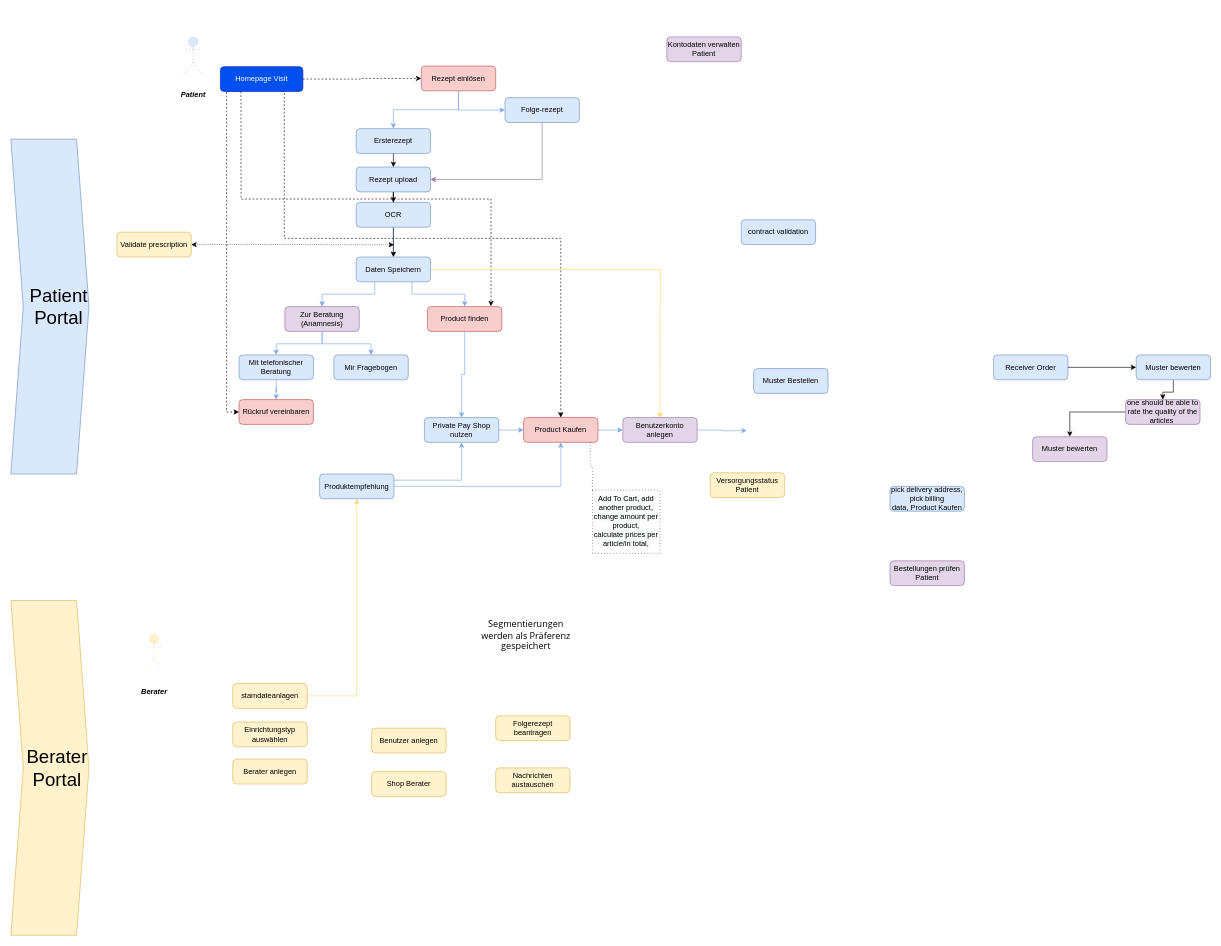
This is page "Overview" (1 of 6) of Untitled Diagram.drawio from Fredabb/MediMark-roadmap, a draw.io file, before an edit. Source tidied: cells renumbered, new cells numbered last; positions are measured from the earlier drawing's top-left corner, leaving out a move shared by most shapes. Both pictures are drawn from the tidied source at 62%, with x=0, y=0 at pixel (11, 37).
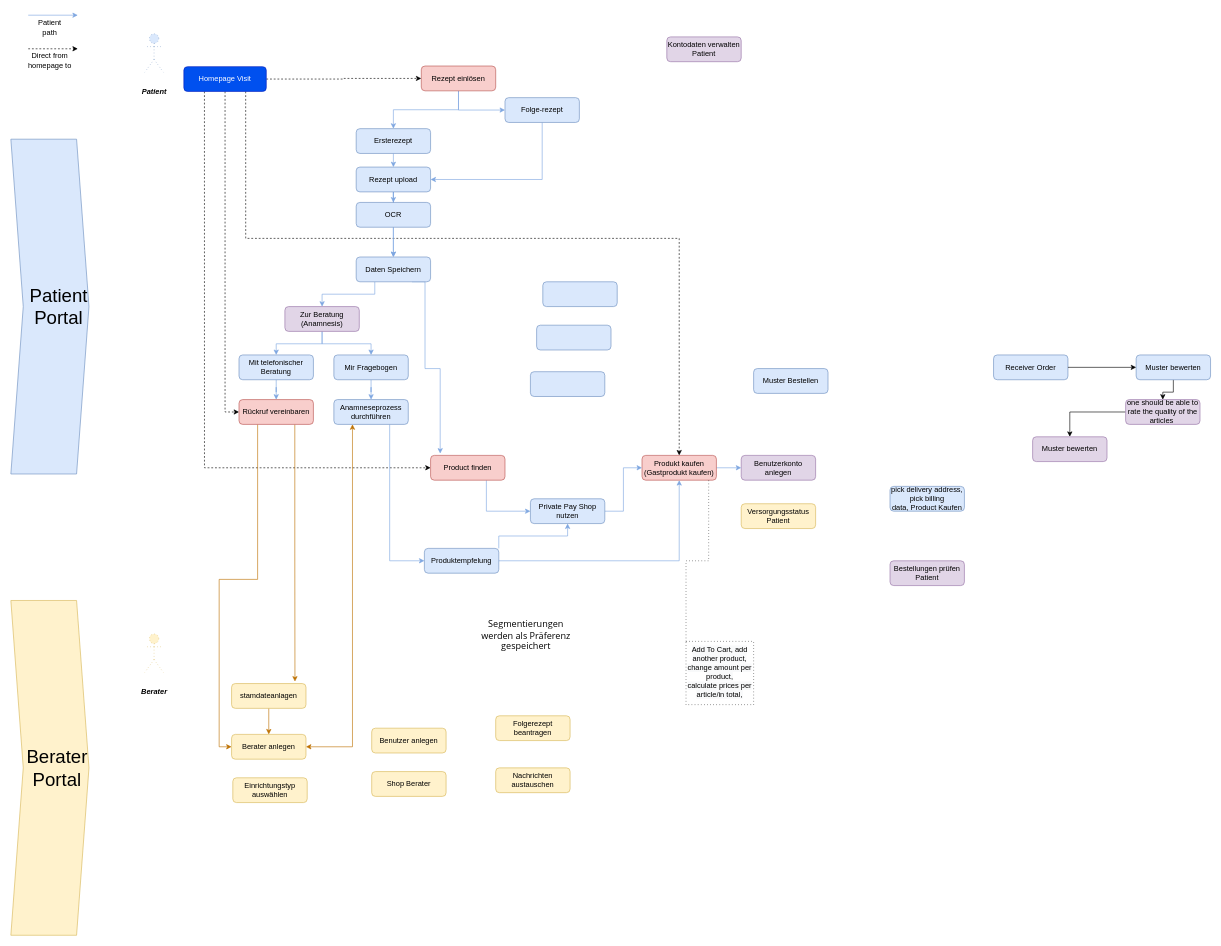
The same page after the edit.

The change refers to these unchanged cells:
```xml
<mxCell id="11" value="Folge-rezept" style="rounded=1;whiteSpace=wrap;html=1;fontSize=12;glass=0;strokeWidth=1;shadow=0;fillColor=#dae8fc;strokeColor=#6c8ebf;" parent="1" vertex="1">
  <mxGeometry x="797" y="98" width="120" height="40" as="geometry" />
</mxCell>
<mxCell id="12" value="Mir Fragebogen" style="rounded=1;whiteSpace=wrap;html=1;fontSize=12;glass=0;strokeWidth=1;shadow=0;fillColor=#dae8fc;strokeColor=#6c8ebf;" parent="1" vertex="1">
  <mxGeometry x="521" y="513" width="120" height="40" as="geometry" />
</mxCell>
<mxCell id="16" value="Ersterezept" style="rounded=1;whiteSpace=wrap;html=1;fontSize=12;glass=0;strokeWidth=1;shadow=0;fillColor=#dae8fc;strokeColor=#6c8ebf;" parent="1" vertex="1">
  <mxGeometry x="557" y="148" width="120" height="40" as="geometry" />
</mxCell>
<mxCell id="21" value="OCR" style="rounded=1;whiteSpace=wrap;html=1;fontSize=12;glass=0;strokeWidth=1;shadow=0;fillColor=#dae8fc;strokeColor=#6c8ebf;" parent="1" vertex="1">
  <mxGeometry x="557" y="267" width="120" height="40" as="geometry" />
</mxCell>
<mxCell id="25" value="Daten Speichern" style="rounded=1;whiteSpace=wrap;html=1;fontSize=12;glass=0;strokeWidth=1;shadow=0;fillColor=#dae8fc;strokeColor=#6c8ebf;" parent="1" vertex="1">
  <mxGeometry x="557" y="355" width="120" height="40" as="geometry" />
</mxCell>
<mxCell id="42" value="Rückruf vereinbaren" style="rounded=1;whiteSpace=wrap;html=1;fillColor=#f8cecc;strokeColor=#b85450;" parent="1" vertex="1">
  <mxGeometry x="368" y="585" width="120" height="40" as="geometry" />
</mxCell>
```

What changed in the source:
```diff
@@
-    <mxCell id="4" style="edgeStyle=orthogonalEdgeStyle;rounded=0;jettySize=auto;html=1;exitX=0.25;exitY=1;exitDx=0;exitDy=0;entryX=0;entryY=0.5;entryDx=0;entryDy=0;startArrow=none;startFill=0;strokeColor=#000000;dashed=1;" parent="1" edge="1" source="6" target="42">
-      <mxGeometry relative="1" as="geometry">
-        <Array as="points">
-          <mxPoint x="348" y="88" />
-          <mxPoint x="348" y="605" />
-        </Array>
-      </mxGeometry>
+    <mxCell id="4" style="edgeStyle=orthogonalEdgeStyle;rounded=0;jettySize=auto;html=1;exitX=0.5;exitY=1;exitDx=0;exitDy=0;entryX=0;entryY=0.5;entryDx=0;entryDy=0;dashed=1;startArrow=none;startFill=0;strokeColor=#000000;" parent="1" edge="1" source="6" target="42">
+      <mxGeometry relative="1" as="geometry" />
     </mxCell>
-    <mxCell id="5" style="edgeStyle=orthogonalEdgeStyle;rounded=0;jettySize=auto;html=1;exitX=0.25;exitY=1;exitDx=0;exitDy=0;entryX=0.854;entryY=-0.017;entryDx=0;entryDy=0;entryPerimeter=0;dashed=1;startArrow=none;startFill=0;strokeColor=#000000;" parent="1" edge="1" source="6" target="31">
+    <mxCell id="5" style="edgeStyle=orthogonalEdgeStyle;rounded=0;jettySize=auto;html=1;exitX=0.25;exitY=1;exitDx=0;exitDy=0;entryX=0;entryY=0.5;entryDx=0;entryDy=0;dashed=1;startArrow=none;startFill=0;strokeColor=#000000;" parent="1" edge="1" source="6" target="31">
       <mxGeometry relative="1" as="geometry" />
     </mxCell>
     <mxCell id="6" value="Homepage Visit" style="rounded=1;whiteSpace=wrap;html=1;fontSize=12;glass=0;strokeWidth=1;shadow=0;fillColor=#0050ef;strokeColor=#001DBC;fontColor=#ffffff;" parent="1" vertex="1">
-      <mxGeometry x="338" y="48" width="133" height="40" as="geometry" />
+      <mxGeometry x="279" y="48" width="133" height="40" as="geometry" />
     </mxCell>
@@
-    <mxCell id="10" style="edgeStyle=orthogonalEdgeStyle;rounded=0;jettySize=auto;html=1;exitX=0.5;exitY=1;exitDx=0;exitDy=0;entryX=1;entryY=0.5;entryDx=0;entryDy=0;strokeColor=#9673a6;fillColor=#e1d5e7;" parent="1" edge="1" source="11" target="18">
+    <mxCell id="10" style="edgeStyle=orthogonalEdgeStyle;rounded=0;jettySize=auto;html=1;exitX=0.5;exitY=1;exitDx=0;exitDy=0;entryX=1;entryY=0.5;entryDx=0;entryDy=0;fillColor=#e1d5e7;strokeColor=#7EA6E0;" parent="1" edge="1" source="11" target="18">
       <mxGeometry relative="1" as="geometry" />
     </mxCell>
@@
+    <mxCell id="71" style="edgeStyle=orthogonalEdgeStyle;rounded=0;jettySize=auto;html=1;strokeColor=#7EA6E0;" parent="1" edge="1" source="12" target="77">
+      <mxGeometry relative="1" as="geometry" />
+    </mxCell>
@@
+    <mxCell id="14" style="edgeStyle=orthogonalEdgeStyle;rounded=0;jettySize=auto;html=1;exitX=1;exitY=0.5;exitDx=0;exitDy=0;strokeColor=#7EA6E0;" parent="1" edge="1" source="15" target="48">
+      <mxGeometry relative="1" as="geometry" />
+    </mxCell>
-    <mxCell id="13" style="edgeStyle=orthogonalEdgeStyle;rounded=0;jettySize=auto;html=1;exitX=1;exitY=0.25;exitDx=0;exitDy=0;entryX=0.5;entryY=1;entryDx=0;entryDy=0;strokeColor=#7EA6E0;" parent="1" edge="1" source="15" target="59">
+    <mxCell id="13" style="edgeStyle=orthogonalEdgeStyle;rounded=0;jettySize=auto;html=1;exitX=1;exitY=0;exitDx=0;exitDy=0;entryX=0.5;entryY=1;entryDx=0;entryDy=0;startArrow=none;startFill=0;strokeColor=#7EA6E0;" parent="1" edge="1" source="15" target="59">
       <mxGeometry relative="1" as="geometry" />
     </mxCell>
-    <mxCell id="14" style="edgeStyle=orthogonalEdgeStyle;rounded=0;jettySize=auto;html=1;exitX=1;exitY=0.5;exitDx=0;exitDy=0;strokeColor=#7EA6E0;" parent="1" edge="1" source="15" target="48">
-      <mxGeometry relative="1" as="geometry" />
-    </mxCell>
-    <mxCell id="15" value="Produktempfehlung" style="rounded=1;whiteSpace=wrap;html=1;fontSize=12;glass=0;strokeWidth=1;shadow=0;fillColor=#dae8fc;strokeColor=#6c8ebf;" parent="1" vertex="1">
-      <mxGeometry x="498" y="705" width="120" height="40" as="geometry" />
+    <mxCell id="15" value="Produktempfelung" style="rounded=1;whiteSpace=wrap;html=1;fontSize=12;glass=0;strokeWidth=1;shadow=0;fillColor=#dae8fc;strokeColor=#6c8ebf;" parent="1" vertex="1">
+      <mxGeometry x="667" y="825" width="120" height="40" as="geometry" />
     </mxCell>
@@
-    <mxCell id="17" style="edgeStyle=orthogonalEdgeStyle;rounded=0;jettySize=auto;html=1;" parent="1" edge="1" source="18" target="21">
+    <mxCell id="17" style="edgeStyle=orthogonalEdgeStyle;rounded=0;jettySize=auto;html=1;strokeColor=#7EA6E0;" parent="1" edge="1" source="18" target="21">
       <mxGeometry relative="1" as="geometry" />
     </mxCell>
-    <mxCell id="18" value="Rezept upload" style="rounded=1;whiteSpace=wrap;html=1;fontSize=12;glass=0;strokeWidth=1;shadow=0;fillColor=#dae8fc;strokeColor=#6c8ebf;" parent="1" vertex="1">
+    <mxCell id="18" value="Rezept upload" style="rounded=1;whiteSpace=wrap;html=1;fontSize=12;glass=0;strokeWidth=1;shadow=0;fillColor=#dae8fc;strokeColor=#6C8EBF;" parent="1" vertex="1">
       <mxGeometry x="557" y="210" width="120" height="40" as="geometry" />
     </mxCell>
@@
-    <mxCell id="20" style="edgeStyle=orthogonalEdgeStyle;rounded=0;jettySize=auto;html=1;strokeColor=#000000;" parent="1" edge="1" source="21" target="25">
+    <mxCell id="20" style="edgeStyle=orthogonalEdgeStyle;rounded=0;jettySize=auto;html=1;strokeColor=#7EA6E0;" parent="1" edge="1" source="21" target="25">
       <mxGeometry relative="1" as="geometry" />
     </mxCell>
@@
-    <mxCell id="22" style="edgeStyle=orthogonalEdgeStyle;rounded=0;jettySize=auto;html=1;exitX=1;exitY=0.5;exitDx=0;exitDy=0;strokeColor=#FFD966;" parent="1" edge="1" source="25">
-      <mxGeometry relative="1" as="geometry">
-        <mxPoint x="1047" y="615" as="targetPoint" />
-      </mxGeometry>
-    </mxCell>
@@
-    <mxCell id="24" style="edgeStyle=orthogonalEdgeStyle;rounded=0;jettySize=auto;html=1;exitX=0.75;exitY=1;exitDx=0;exitDy=0;entryX=0.5;entryY=0;entryDx=0;entryDy=0;strokeColor=#7EA6E0;" parent="1" edge="1" source="25" target="31">
-      <mxGeometry relative="1" as="geometry" />
+    <mxCell id="24" style="edgeStyle=orthogonalEdgeStyle;rounded=0;jettySize=auto;html=1;exitX=0.75;exitY=1;exitDx=0;exitDy=0;entryX=0.129;entryY=-0.075;entryDx=0;entryDy=0;entryPerimeter=0;startArrow=none;startFill=0;strokeColor=#7EA6E0;" parent="1" edge="1" source="25" target="31">
+      <mxGeometry relative="1" as="geometry">
+        <Array as="points">
+          <mxPoint x="668" y="395" />
+          <mxPoint x="668" y="535" />
+          <mxPoint x="693" y="535" />
+        </Array>
+      </mxGeometry>
     </mxCell>
@@
-    <mxCell id="26" style="endArrow=classic;html=1;exitX=0.5;exitY=1;exitDx=0;exitDy=0;entryX=0.5;entryY=0;entryDx=0;entryDy=0;" parent="1" edge="1" source="16" target="18">
+    <mxCell id="26" style="endArrow=classic;html=1;exitX=0.5;exitY=1;exitDx=0;exitDy=0;entryX=0.5;entryY=0;entryDx=0;entryDy=0;strokeColor=#7EA6E0;" parent="1" edge="1" source="16" target="18">
       <mxGeometry relative="1" as="geometry" />
     </mxCell>
@@
-    <mxCell id="30" style="edgeStyle=orthogonalEdgeStyle;rounded=0;jettySize=auto;html=1;exitX=0.5;exitY=1;exitDx=0;exitDy=0;entryX=0.5;entryY=0;entryDx=0;entryDy=0;strokeColor=#7EA6E0;" parent="1" edge="1" source="31" target="59">
+    <mxCell id="30" style="edgeStyle=orthogonalEdgeStyle;rounded=0;jettySize=auto;html=1;exitX=0.75;exitY=1;exitDx=0;exitDy=0;entryX=0;entryY=0.5;entryDx=0;entryDy=0;startArrow=none;startFill=0;strokeColor=#7EA6E0;" parent="1" edge="1" source="31" target="59">
       <mxGeometry relative="1" as="geometry" />
     </mxCell>
     <mxCell id="31" value="Product finden" style="rounded=1;whiteSpace=wrap;html=1;fontSize=12;glass=0;strokeWidth=1;shadow=0;fillColor=#f8cecc;strokeColor=#b85450;" parent="1" vertex="1">
-      <mxGeometry x="672" y="435" width="120" height="40" as="geometry" />
+      <mxGeometry x="677" y="675" width="120" height="40" as="geometry" />
     </mxCell>
-    <mxCell id="32" style="edgeStyle=orthogonalEdgeStyle;rounded=0;jettySize=auto;html=1;exitX=1;exitY=0.5;exitDx=0;exitDy=0;entryX=0.5;entryY=1;entryDx=0;entryDy=0;fontSize=30;fillColor=#fff2cc;strokeColor=#FFD966;" parent="1" edge="1" source="33" target="15">
-      <mxGeometry relative="1" as="geometry" />
-    </mxCell>
+    <mxCell id="72" style="edgeStyle=orthogonalEdgeStyle;rounded=0;jettySize=auto;html=1;exitX=0.5;exitY=1;exitDx=0;exitDy=0;entryX=0.5;entryY=0;entryDx=0;entryDy=0;startArrow=none;startFill=0;strokeColor=#BD7000;fillColor=#f0a30a;" parent="1" edge="1" source="33" target="63">
+      <mxGeometry relative="1" as="geometry" />
+    </mxCell>
     <mxCell id="33" value="stamdateanlagen" style="rounded=1;whiteSpace=wrap;html=1;fontSize=12;glass=0;strokeWidth=1;shadow=0;fillColor=#fff2cc;strokeColor=#d6b656;" parent="1" vertex="1">
-      <mxGeometry x="358" y="1043" width="120" height="40" as="geometry" />
+      <mxGeometry x="356" y="1043" width="120" height="40" as="geometry" />
     </mxCell>
@@
+    <mxCell id="73" style="edgeStyle=orthogonalEdgeStyle;rounded=0;jettySize=auto;html=1;exitX=0.25;exitY=1;exitDx=0;exitDy=0;entryX=0;entryY=0.5;entryDx=0;entryDy=0;strokeColor=#BD7000;fillColor=#f0a30a;" parent="1" edge="1" source="42" target="63">
+      <mxGeometry relative="1" as="geometry" />
+    </mxCell>
+    <mxCell id="74" style="edgeStyle=orthogonalEdgeStyle;rounded=0;jettySize=auto;html=1;exitX=0.75;exitY=1;exitDx=0;exitDy=0;entryX=0.852;entryY=-0.081;entryDx=0;entryDy=0;entryPerimeter=0;strokeColor=#BD7000;fillColor=#f0a30a;" parent="1" edge="1" source="42" target="33">
+      <mxGeometry relative="1" as="geometry" />
+    </mxCell>
@@
     <mxCell id="43" value="&lt;font style=&quot;font-size: 12px&quot;&gt;&lt;b&gt;&lt;i&gt;Patient&lt;/i&gt;&lt;/b&gt;&lt;/font&gt;" style="shape=umlActor;verticalLabelPosition=bottom;verticalAlign=top;html=1;dashed=1;dashPattern=1 4;fillColor=#dae8fc;fontSize=30;strokeColor=#6c8ebf;" parent="1" vertex="1">
-      <mxGeometry x="279" width="30" height="62" as="geometry" />
+      <mxGeometry x="216" y="-5" width="30" height="62" as="geometry" />
     </mxCell>
@@
-    <mxCell id="45" style="edgeStyle=orthogonalEdgeStyle;rounded=0;jettySize=auto;html=1;exitX=1;exitY=0.5;exitDx=0;exitDy=0;entryX=0;entryY=0.5;entryDx=0;entryDy=0;strokeColor=#7EA6E0;" parent="1" edge="1" source="46">
-      <mxGeometry relative="1" as="geometry">
-        <mxPoint x="1187" y="635" as="targetPoint" />
-      </mxGeometry>
-    </mxCell>
     <mxCell id="46" value="Benutzerkonto anlegen" style="rounded=1;whiteSpace=wrap;html=1;fontSize=12;glass=0;strokeWidth=1;shadow=0;fillColor=#e1d5e7;strokeColor=#9673a6;" parent="1" vertex="1">
-      <mxGeometry x="987" y="614" width="120" height="40" as="geometry" />
+      <mxGeometry x="1178" y="675" width="120" height="40" as="geometry" />
     </mxCell>
@@
-    <mxCell id="48" value="Product Kaufen" style="rounded=1;whiteSpace=wrap;html=1;fontSize=12;glass=0;strokeWidth=1;shadow=0;fillColor=#f8cecc;strokeColor=#b85450;" parent="1" vertex="1">
-      <mxGeometry x="827" y="614" width="120" height="40" as="geometry" />
+    <mxCell id="48" value="Produkt kaufen (Gastprodukt kaufen)" style="rounded=1;whiteSpace=wrap;html=1;fontSize=12;glass=0;strokeWidth=1;shadow=0;fillColor=#f8cecc;strokeColor=#b85450;" parent="1" vertex="1">
+      <mxGeometry x="1018" y="675" width="120" height="40" as="geometry" />
     </mxCell>
@@
     <mxCell id="54" value="Versorgungsstatus Patient" style="rounded=1;whiteSpace=wrap;html=1;fontSize=12;glass=0;strokeWidth=1;shadow=0;fillColor=#fff2cc;strokeColor=#d6b656;" parent="1" vertex="1">
-      <mxGeometry x="1128" y="703" width="120" height="40" as="geometry" />
+      <mxGeometry x="1178" y="753" width="120" height="40" as="geometry" />
     </mxCell>
@@
     <mxCell id="59" value="Private Pay Shop nutzen" style="rounded=1;whiteSpace=wrap;html=1;fontSize=12;glass=0;strokeWidth=1;shadow=0;fillColor=#dae8fc;strokeColor=#6c8ebf;" parent="1" vertex="1">
-      <mxGeometry x="667" y="614" width="120" height="40" as="geometry" />
+      <mxGeometry x="838" y="745" width="120" height="40" as="geometry" />
     </mxCell>
@@
     <mxCell id="61" value="&lt;span style=&quot;color: rgb(0 , 0 , 0) ; font-family: &amp;#34;helvetica&amp;#34; ; font-size: 12px ; font-style: normal ; font-weight: 400 ; letter-spacing: normal ; text-indent: 0px ; text-transform: none ; word-spacing: 0px ; background-color: rgb(248 , 249 , 250) ; display: inline ; float: none&quot;&gt;Add To Cart, add another product, change amount per product,&lt;/span&gt;&lt;br style=&quot;color: rgb(0 , 0 , 0) ; font-family: &amp;#34;helvetica&amp;#34; ; font-size: 12px ; font-style: normal ; font-weight: 400 ; letter-spacing: normal ; text-indent: 0px ; text-transform: none ; word-spacing: 0px ; background-color: rgb(248 , 249 , 250)&quot;&gt;&lt;span style=&quot;color: rgb(0 , 0 , 0) ; font-family: &amp;#34;helvetica&amp;#34; ; font-size: 12px ; font-style: normal ; font-weight: 400 ; letter-spacing: normal ; text-indent: 0px ; text-transform: none ; word-spacing: 0px ; background-color: rgb(248 , 249 , 250) ; display: inline ; float: none&quot;&gt;calculate prices per article/in total,&lt;/span&gt;" style="text;whiteSpace=wrap;html=1;align=center;strokeColor=#000000;dashed=1;dashPattern=1 4;" parent="1" vertex="1">
-      <mxGeometry x="938" y="731" width="109" height="102" as="geometry" />
+      <mxGeometry x="1089" y="975" width="109" height="102" as="geometry" />
     </mxCell>
     <mxCell id="62" value="Einrichtungstyp auswählen" style="rounded=1;whiteSpace=wrap;html=1;fontSize=12;glass=0;strokeWidth=1;shadow=0;fillColor=#fff2cc;strokeColor=#d6b656;" parent="1" vertex="1">
-      <mxGeometry x="358" y="1105" width="120" height="40" as="geometry" />
+      <mxGeometry x="358" y="1195" width="120" height="40" as="geometry" />
     </mxCell>
+    <mxCell id="75" style="edgeStyle=orthogonalEdgeStyle;rounded=0;jettySize=auto;html=1;exitX=1;exitY=0.5;exitDx=0;exitDy=0;entryX=0.25;entryY=1;entryDx=0;entryDy=0;strokeColor=#BD7000;fillColor=#f0a30a;startArrow=classic;startFill=1;" parent="1" edge="1" source="63" target="77">
+      <mxGeometry relative="1" as="geometry" />
+    </mxCell>
     <mxCell id="63" value="Berater anlegen" style="rounded=1;whiteSpace=wrap;html=1;fontSize=12;glass=0;strokeWidth=1;shadow=0;fillColor=#fff2cc;strokeColor=#d6b656;" parent="1" vertex="1">
-      <mxGeometry x="358" y="1165" width="120" height="40" as="geometry" />
+      <mxGeometry x="356" y="1125" width="120" height="40" as="geometry" />
     </mxCell>
@@
-    <mxCell id="68" value="contract validation" style="rounded=1;whiteSpace=wrap;html=1;fontSize=12;glass=0;strokeWidth=1;shadow=0;fillColor=#dae8fc;strokeColor=#6c8ebf;" parent="1" vertex="1">
-      <mxGeometry x="1178" y="295" width="120" height="40" as="geometry" />
-    </mxCell>
-    <mxCell id="69" style="edgeStyle=orthogonalEdgeStyle;rounded=0;jettySize=auto;html=1;exitX=1;exitY=0.5;exitDx=0;exitDy=0;startArrow=classic;startFill=1;dashed=1;dashPattern=1 2;" parent="1" edge="1" source="70">
-      <mxGeometry relative="1" as="geometry">
-        <mxPoint x="618" y="335.3" as="targetPoint" />
-      </mxGeometry>
-    </mxCell>
-    <mxCell id="70" value="Validate prescription" style="rounded=1;whiteSpace=wrap;html=1;fontSize=12;glass=0;strokeWidth=1;shadow=0;fillColor=#fff2cc;strokeColor=#d6b656;" parent="1" vertex="1">
-      <mxGeometry x="171" y="315" width="120" height="40" as="geometry" />
-    </mxCell>
+    <mxCell id="76" style="edgeStyle=orthogonalEdgeStyle;rounded=0;jettySize=auto;html=1;exitX=0.75;exitY=1;exitDx=0;exitDy=0;entryX=0;entryY=0.5;entryDx=0;entryDy=0;startArrow=none;startFill=0;fillColor=#f0a30a;strokeColor=#7EA6E0;" parent="1" edge="1" source="77" target="15">
+      <mxGeometry relative="1" as="geometry" />
+    </mxCell>
+    <mxCell id="77" value="&lt;div&gt;Anamneseprozess&lt;/div&gt;&lt;div&gt;durchführen&lt;/div&gt;" style="rounded=1;whiteSpace=wrap;html=1;fontSize=12;glass=0;strokeWidth=1;shadow=0;fillColor=#dae8fc;strokeColor=#6c8ebf;" parent="1" vertex="1">
+      <mxGeometry x="521" y="585" width="120" height="40" as="geometry" />
+    </mxCell>
+    <mxCell id="78" style="endArrow=classic;html=1;strokeColor=#7EA6E0;" parent="1" edge="1">
+      <mxGeometry relative="1" as="geometry">
+        <mxPoint x="28" y="-35" as="sourcePoint" />
+        <mxPoint x="108" y="-35" as="targetPoint" />
+      </mxGeometry>
+    </mxCell>
+    <mxCell id="79" style="endArrow=classic;html=1;dashed=1;" parent="1" edge="1">
+      <mxGeometry relative="1" as="geometry">
+        <mxPoint x="28" y="19.2" as="sourcePoint" />
+        <mxPoint x="108" y="19.2" as="targetPoint" />
+      </mxGeometry>
+    </mxCell>
+    <mxCell id="80" value="Direct from homepage to" style="text;html=1;strokeColor=none;fillColor=none;align=center;verticalAlign=middle;whiteSpace=wrap;rounded=0;" parent="1" vertex="1">
+      <mxGeometry x="23" y="28" width="80" height="20" as="geometry" />
+    </mxCell>
+    <mxCell id="81" value="Patient path" style="text;html=1;strokeColor=none;fillColor=none;align=center;verticalAlign=middle;whiteSpace=wrap;rounded=0;" parent="1" vertex="1">
+      <mxGeometry x="43" y="-25" width="40" height="20" as="geometry" />
+    </mxCell>
+    <mxCell id="82" style="rounded=1;whiteSpace=wrap;html=1;fontSize=12;glass=0;strokeWidth=1;shadow=0;fillColor=#dae8fc;strokeColor=#6c8ebf;" parent="1" vertex="1">
+      <mxGeometry x="838" y="540" width="120" height="40" as="geometry" />
+    </mxCell>
+    <mxCell id="83" style="rounded=1;whiteSpace=wrap;html=1;fontSize=12;glass=0;strokeWidth=1;shadow=0;fillColor=#dae8fc;strokeColor=#6c8ebf;" parent="1" vertex="1">
+      <mxGeometry x="848" y="465" width="120" height="40" as="geometry" />
+    </mxCell>
+    <mxCell id="84" style="rounded=1;whiteSpace=wrap;html=1;fontSize=12;glass=0;strokeWidth=1;shadow=0;fillColor=#dae8fc;strokeColor=#6c8ebf;" parent="1" vertex="1">
+      <mxGeometry x="858" y="395" width="120" height="40" as="geometry" />
+    </mxCell>
```
